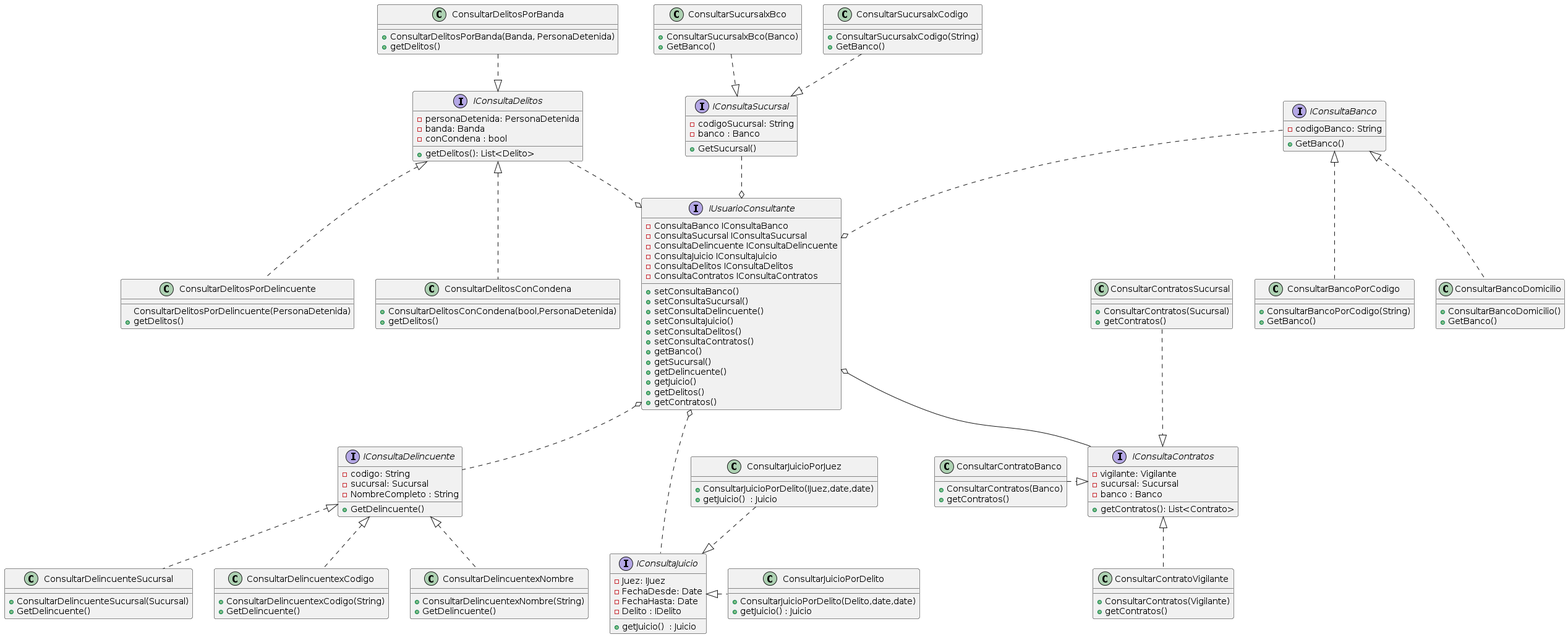
IMettaINSPT/1ParcialP2 keeps this PlantUML diagram as Documentacion/DiagramaClasesVConsultasUsuario.png. Above is the earlier version.
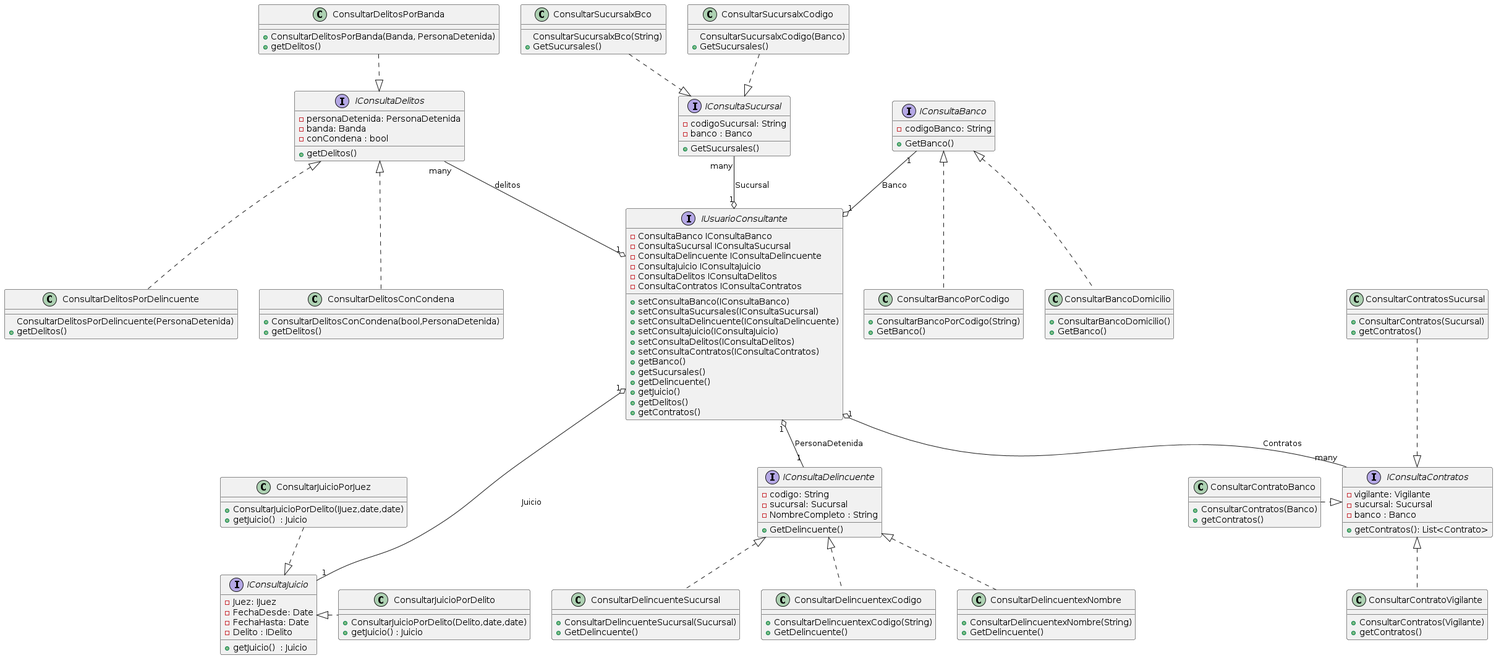
After the change.

What changed in the source:
```diff
@@ -21,7 +21,7 @@
 
 IConsultaBanco<|..ConsultarBancoPorCodigo
 
-IConsultaBanco..o  IUsuarioConsultante
+IConsultaBanco "1" --o "1"  IUsuarioConsultante : "Banco"
 
 
 
@@ -29,26 +29,26 @@
 interface IConsultaSucursal{
 -codigoSucursal: String
 -banco : Banco
-+GetSucursal()
++GetSucursales()
 }
 
 class ConsultarSucursalxBco
 {
-  + ConsultarSucursalxBco(Banco)
-   +GetBanco()
+  ConsultarSucursalxBco(String)
+  +GetSucursales()
 }
 
 class ConsultarSucursalxCodigo
 {
-+  ConsultarSucursalxCodigo(String)
-  +GetBanco()
+   ConsultarSucursalxCodigo(Banco)
+   +GetSucursales()
 }
 }
 ConsultarSucursalxBco ..|> IConsultaSucursal
 
 ConsultarSucursalxCodigo..|> IConsultaSucursal
 
-IConsultaSucursal ..o  IUsuarioConsultante
+IConsultaSucursal "many"--o "1" IUsuarioConsultante : Sucursal
 
 together{
 interface IConsultaDelincuente{
@@ -81,7 +81,7 @@
 IConsultaDelincuente <|..ConsultarDelincuentexCodigo
 
 IConsultaDelincuente <|..ConsultarDelincuenteSucursal
-IUsuarioConsultante o.. IConsultaDelincuente
+IUsuarioConsultante "1" o-- "1" IConsultaDelincuente : "PersonaDetenida"
 
 
 together{
@@ -110,7 +110,7 @@
 
 ConsultarJuicioPorJuez ..|>IConsultaJuicio
 
-IUsuarioConsultante o... IConsultaJuicio
+IUsuarioConsultante "1" o--- "1" IConsultaJuicio : "Juicio"
 
 
 interface IUsuarioConsultante
@@ -121,14 +121,14 @@
 -ConsultaJuicio IConsultaJuicio
 -ConsultaDelitos IConsultaDelitos
 -ConsultaContratos IConsultaContratos
-+setConsultaBanco()
-+setConsultaSucursal()
-+setConsultaDelincuente()
-+setConsultaJuicio()
-+setConsultaDelitos()
-+setConsultaContratos()
++setConsultaBanco(IConsultaBanco)
++setConsultaSucursales(IConsultaSucursal)
++setConsultaDelincuente(IConsultaDelincuente)
++setConsultaJuicio(IConsultaJuicio)
++setConsultaDelitos(IConsultaDelitos)
++setConsultaContratos(IConsultaContratos)
 +getBanco()
-+getSucursal()
++getSucursales()
 +getDelincuente()
 +getJuicio()
 +getDelitos()
@@ -140,7 +140,7 @@
 -personaDetenida: PersonaDetenida
 -banda: Banda
 -conCondena : bool
-+getDelitos(): List<Delito>
++getDelitos()
 }
 
 
@@ -168,7 +168,7 @@
 
 IConsultaDelitos<|..ConsultarDelitosConCondena
 
-IConsultaDelitos ..o  IUsuarioConsultante
+IConsultaDelitos "many" --o "1"  IUsuarioConsultante : delitos
 
 together{
 interface IConsultaContratos{
@@ -205,5 +205,5 @@
 
 ConsultarContratoBanco .right.|> IConsultaContratos
 
-IUsuarioConsultante o-- IConsultaContratos
+IUsuarioConsultante "1" o-- "many" IConsultaContratos: "Contratos"
 @enduml
```
